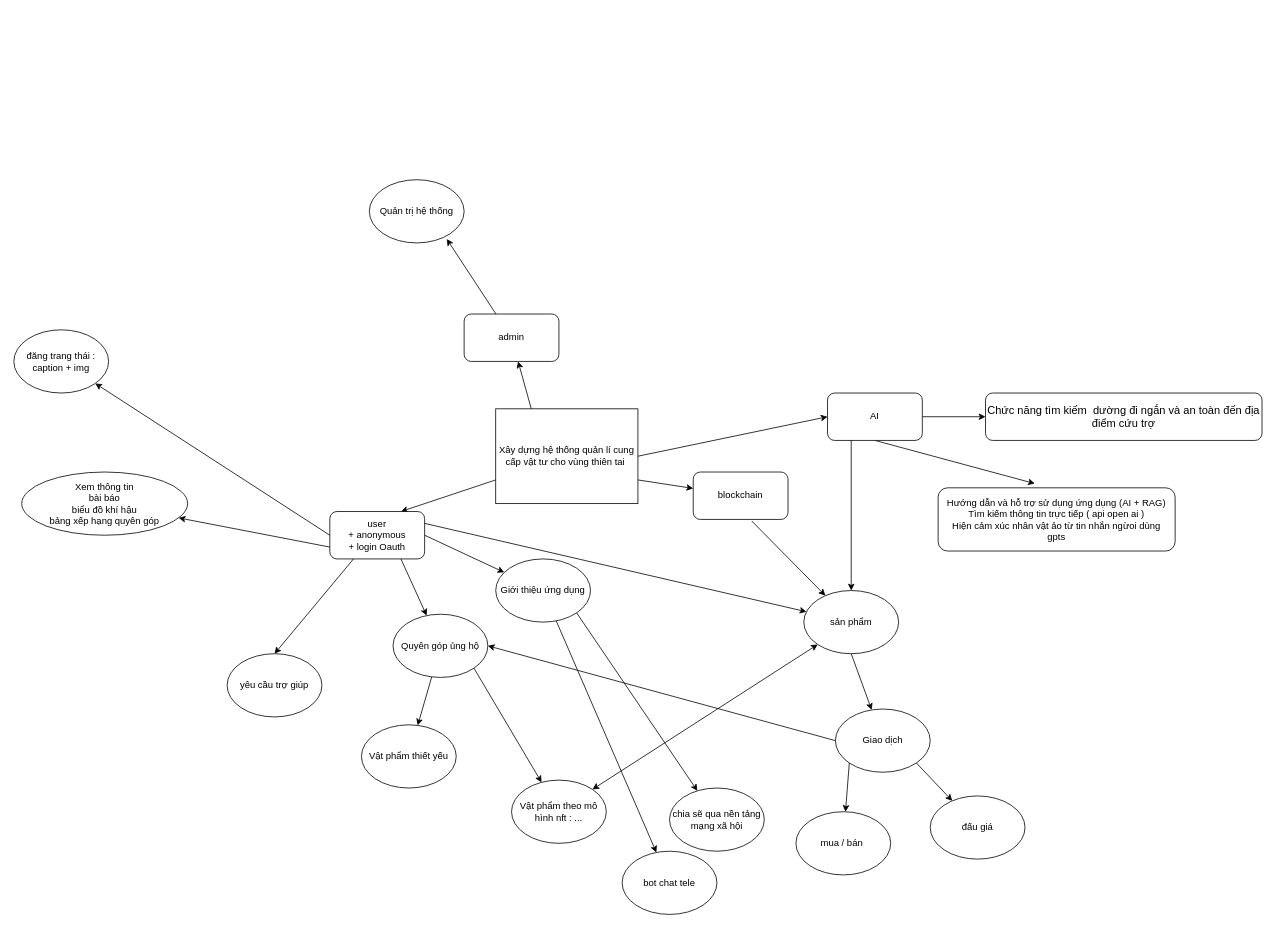
Above: design.dio in cnkhUtc2/design (draw.io), before the change. Source tidied: cells renumbered, new cells numbered last; positions are measured from the earlier drawing's top-left corner, leaving out a move shared by most shapes. Both pictures are drawn from the tidied source at 79%, with x=0, y=0 at pixel (13, 179).
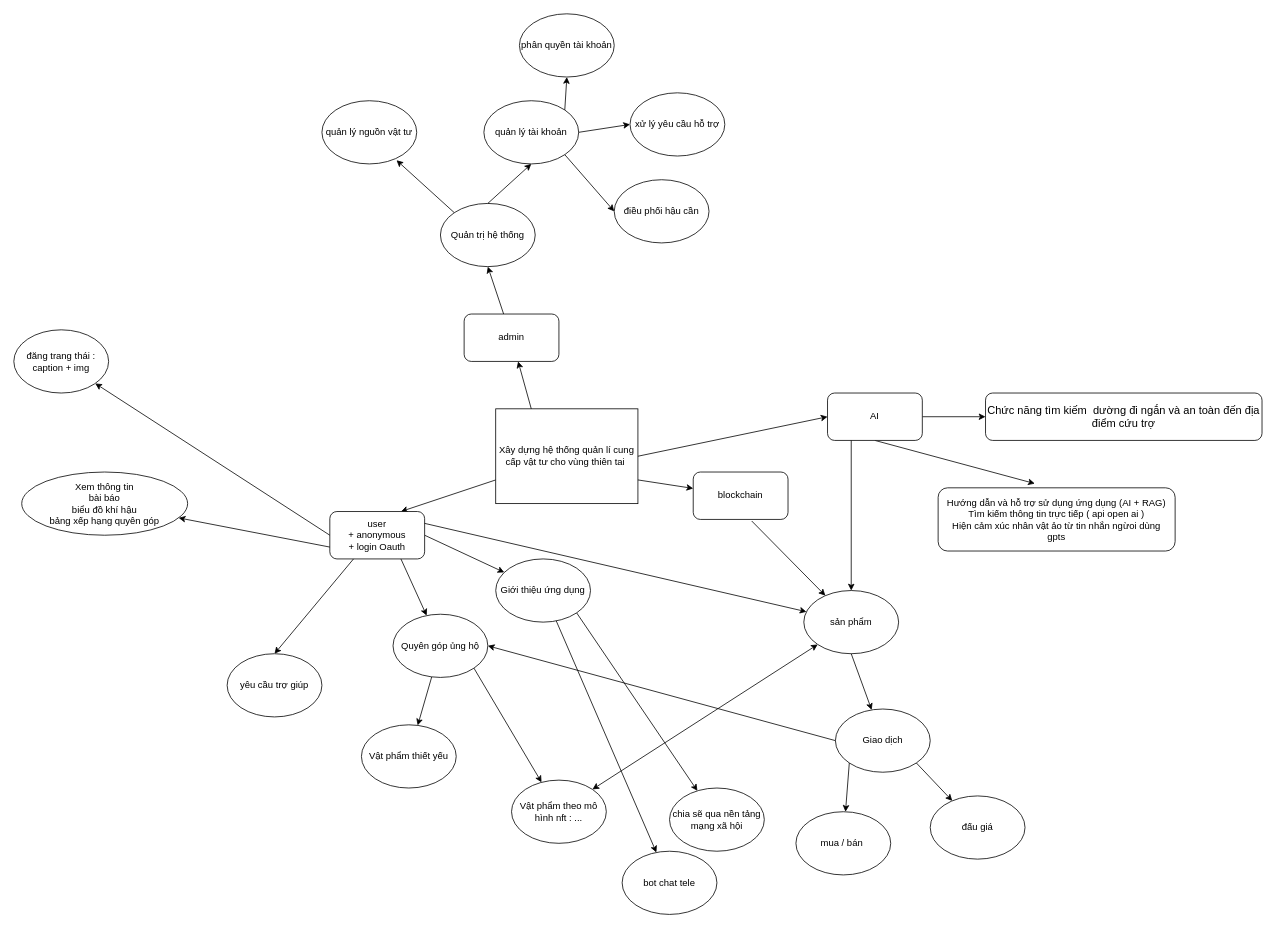
The same page after the edit.

Commit message:
thêm các chức năng cho admin

Unchanged cells that the change refers to:
```xml
<mxCell id="22" value="admin" style="rounded=1;whiteSpace=wrap;html=1;" parent="1" vertex="1">
  <mxGeometry x="570" y="170" width="120" height="60" as="geometry" />
</mxCell>
```

What changed in the source:
```diff
@@
-    <mxCell id="21" style="edgeStyle=none;html=1;entryX=0.817;entryY=0.938;entryDx=0;entryDy=0;entryPerimeter=0;" parent="1" edge="1" source="22" target="23">
+    <mxCell id="21" style="edgeStyle=none;html=1;entryX=0.5;entryY=1;entryDx=0;entryDy=0;" parent="1" edge="1" source="22" target="23">
       <mxGeometry relative="1" as="geometry" />
     </mxCell>
@@
     <mxCell id="23" value="Quản trị hệ thống" style="ellipse;whiteSpace=wrap;html=1;" parent="1" vertex="1">
-      <mxGeometry x="450" width="120" height="80" as="geometry" />
+      <mxGeometry x="540" y="30" width="120" height="80" as="geometry" />
     </mxCell>
@@
+    <mxCell id="47" value="quản lý nguồn vật tư" style="ellipse;whiteSpace=wrap;html=1;" parent="1" vertex="1">
+      <mxGeometry x="390" y="-100" width="120" height="80" as="geometry" />
+    </mxCell>
+    <mxCell id="48" value="quản lý tài khoản" style="ellipse;whiteSpace=wrap;html=1;" parent="1" vertex="1">
+      <mxGeometry x="595" y="-100" width="120" height="80" as="geometry" />
+    </mxCell>
+    <mxCell id="49" value="phân quyền tài khoản" style="ellipse;whiteSpace=wrap;html=1;" parent="1" vertex="1">
+      <mxGeometry x="640" y="-210" width="120" height="80" as="geometry" />
+    </mxCell>
+    <mxCell id="50" value="xử lý yêu cầu hỗ trợ" style="ellipse;whiteSpace=wrap;html=1;" parent="1" vertex="1">
+      <mxGeometry x="780" y="-110" width="120" height="80" as="geometry" />
+    </mxCell>
+    <mxCell id="51" value="điều phối hậu cần" style="ellipse;whiteSpace=wrap;html=1;" parent="1" vertex="1">
+      <mxGeometry x="760" width="120" height="80" as="geometry" />
+    </mxCell>
+    <mxCell id="52" style="endArrow=classic;html=1;rounded=0;entryX=0.787;entryY=0.942;entryDx=0;entryDy=0;exitX=0;exitY=0;exitDx=0;exitDy=0;entryPerimeter=0;" parent="1" edge="1" source="23" target="47">
+      <mxGeometry relative="1" as="geometry" />
+    </mxCell>
+    <mxCell id="53" style="endArrow=classic;html=1;rounded=0;exitX=0.5;exitY=0;exitDx=0;exitDy=0;entryX=0.5;entryY=1;entryDx=0;entryDy=0;" parent="1" edge="1" source="23" target="48">
+      <mxGeometry relative="1" as="geometry" />
+    </mxCell>
+    <mxCell id="54" style="endArrow=classic;html=1;rounded=0;exitX=1;exitY=1;exitDx=0;exitDy=0;entryX=0;entryY=0.5;entryDx=0;entryDy=0;" parent="1" edge="1" source="48" target="51">
+      <mxGeometry relative="1" as="geometry" />
+    </mxCell>
+    <mxCell id="55" style="endArrow=classic;html=1;rounded=0;exitX=1;exitY=0.5;exitDx=0;exitDy=0;entryX=0;entryY=0.5;entryDx=0;entryDy=0;" parent="1" edge="1" source="48" target="50">
+      <mxGeometry relative="1" as="geometry" />
+    </mxCell>
+    <mxCell id="56" style="endArrow=classic;html=1;rounded=0;exitX=1;exitY=0;exitDx=0;exitDy=0;entryX=0.5;entryY=1;entryDx=0;entryDy=0;" parent="1" edge="1" source="48" target="49">
+      <mxGeometry relative="1" as="geometry" />
+    </mxCell>
```
